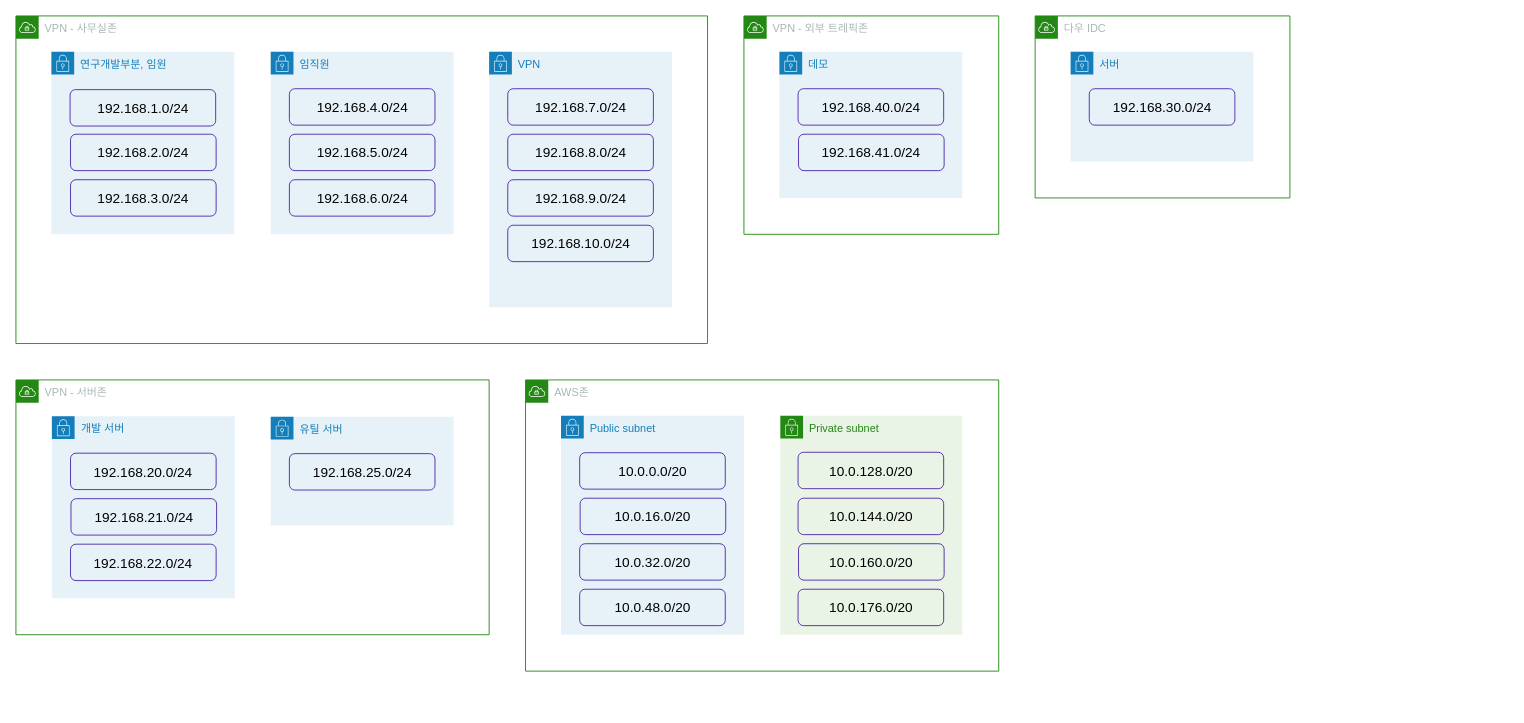
Earlier version of the draw.io diagram page "To-Be" (2 of 2) of 네트워크.drawio (junho-nam/drawio). Source tidied: cells renumbered, new cells numbered last; positions are measured from the earlier drawing's top-left corner, leaving out a move shared by most shapes. Both pictures are drawn from the tidied source at 91%, with x=0, y=0 at pixel (15, 15).
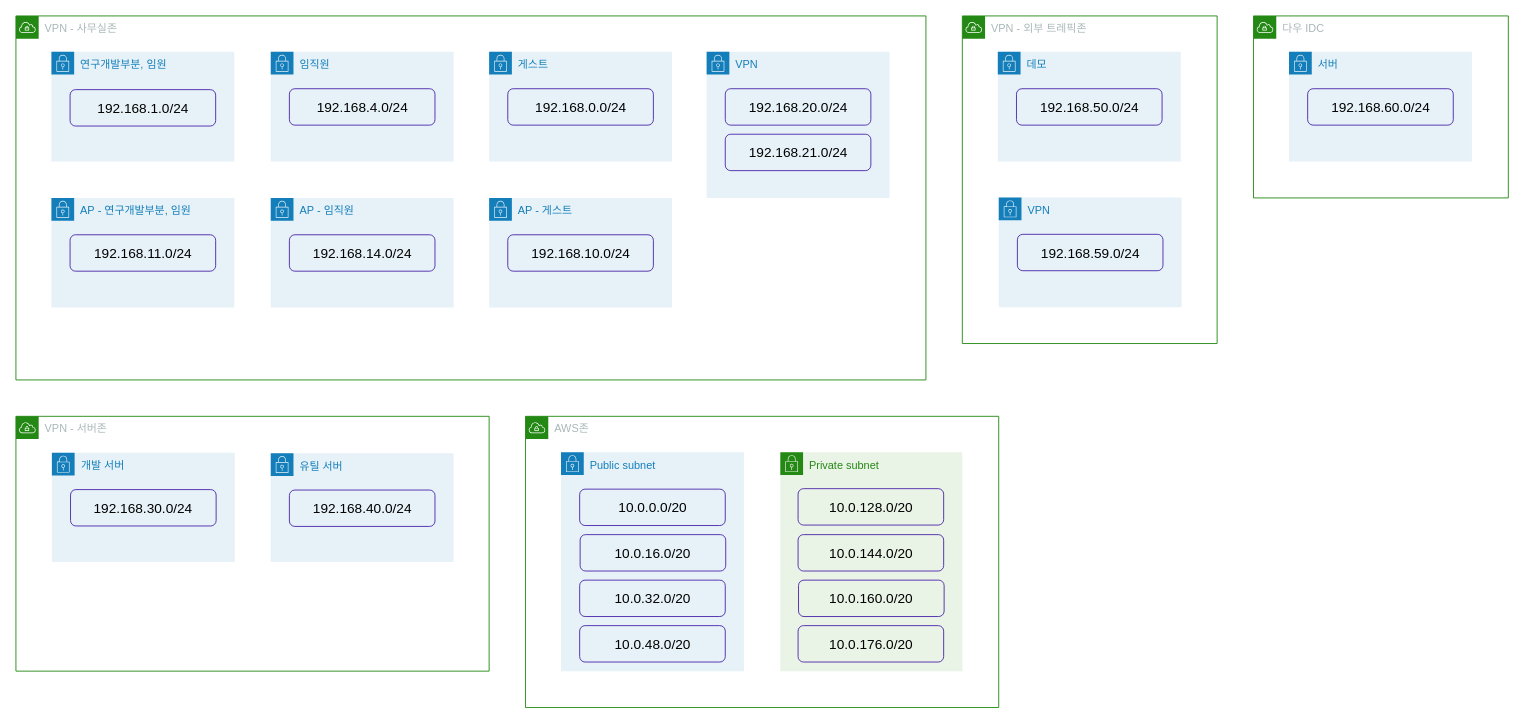
The same diagram, later.

Unchanged cells that the change refers to:
```xml
<mxCell id="32" value="서버" style="gradientColor=none;html=1;whiteSpace=wrap;fontSize=12;fontStyle=0;shape=mxgraph.aws4.group;grIcon=mxgraph.aws4.group_security_group;grStroke=0;strokeColor=#147EBA;fillColor=#E6F2F8;verticalAlign=top;align=left;spacingLeft=30;fontColor=#147EBA;dashed=0;rounded=1;shadow=0;glass=0;sketch=0;strokeWidth=1;" parent="31" vertex="1">
  <mxGeometry x="39" y="39.5" width="201" height="120.5" as="geometry" />
</mxCell>
<mxCell id="39" value="유틸 서버" style="gradientColor=none;html=1;whiteSpace=wrap;fontSize=12;fontStyle=0;shape=mxgraph.aws4.group;grIcon=mxgraph.aws4.group_security_group;grStroke=0;strokeColor=#147EBA;fillColor=#E6F2F8;verticalAlign=top;align=left;spacingLeft=30;fontColor=#147EBA;dashed=0;rounded=1;shadow=0;glass=0;sketch=0;strokeWidth=1;" parent="34" vertex="1">
  <mxGeometry x="280" y="40.5" width="201" height="119.5" as="geometry" />
</mxCell>
```

Diff of the diagram source:
```diff
@@
     <mxCell id="2" value="VPN - 사무실존" style="gradientColor=none;html=1;whiteSpace=wrap;fontSize=12;fontStyle=0;shape=mxgraph.aws4.group;grIcon=mxgraph.aws4.group_vpc;strokeColor=#248814;fillColor=none;verticalAlign=top;align=left;spacingLeft=30;fontColor=#AAB7B8;dashed=0;rounded=1;shadow=0;glass=0;sketch=0;strokeWidth=1;" parent="1" vertex="1">
-      <mxGeometry width="760" height="360" as="geometry" />
+      <mxGeometry width="1000" height="400" as="geometry" />
     </mxCell>
     <mxCell id="3" value="연구개발부분, 임원" style="gradientColor=none;html=1;whiteSpace=wrap;fontSize=12;fontStyle=0;shape=mxgraph.aws4.group;grIcon=mxgraph.aws4.group_security_group;grStroke=0;strokeColor=#147EBA;fillColor=#E6F2F8;verticalAlign=top;align=left;spacingLeft=30;fontColor=#147EBA;dashed=0;rounded=1;shadow=0;glass=0;sketch=0;strokeWidth=1;" parent="2" vertex="1">
-      <mxGeometry x="39" y="39.5" width="201" height="200.5" as="geometry" />
+      <mxGeometry x="39" y="39.5" width="201" height="120.5" as="geometry" />
     </mxCell>
@@
-    <mxCell id="5" value="&lt;font style=&quot;font-size: 15px;&quot;&gt;192.168.2.0/24&lt;/font&gt;" style="rounded=1;whiteSpace=wrap;html=1;fillColor=none;strokeWidth=1;strokeColor=#4d27aa;glass=0;shadow=0;" parent="3" vertex="1">
-      <mxGeometry x="21" y="90.5" width="160" height="40" as="geometry" />
-    </mxCell>
-    <mxCell id="6" value="&lt;font style=&quot;font-size: 15px;&quot;&gt;192.168.3.0/24&lt;/font&gt;" style="rounded=1;whiteSpace=wrap;html=1;fillColor=none;strokeWidth=1;strokeColor=#4d27aa;glass=0;shadow=0;" parent="3" vertex="1">
-      <mxGeometry x="21" y="140.5" width="160" height="40" as="geometry" />
-    </mxCell>
     <mxCell id="7" value="임직원" style="gradientColor=none;html=1;whiteSpace=wrap;fontSize=12;fontStyle=0;shape=mxgraph.aws4.group;grIcon=mxgraph.aws4.group_security_group;grStroke=0;strokeColor=#147EBA;fillColor=#E6F2F8;verticalAlign=top;align=left;spacingLeft=30;fontColor=#147EBA;dashed=0;rounded=1;shadow=0;glass=0;sketch=0;strokeWidth=1;" parent="2" vertex="1">
-      <mxGeometry x="280" y="39.5" width="201" height="200.5" as="geometry" />
+      <mxGeometry x="280" y="39.5" width="201" height="120.5" as="geometry" />
     </mxCell>
@@
-    <mxCell id="9" value="&lt;font style=&quot;font-size: 15px;&quot;&gt;192.168.5.0/24&lt;/font&gt;" style="rounded=1;whiteSpace=wrap;html=1;fillColor=none;strokeWidth=1;strokeColor=#4d27aa;glass=0;shadow=0;" parent="7" vertex="1">
-      <mxGeometry x="20.5" y="90.5" width="160" height="40" as="geometry" />
-    </mxCell>
-    <mxCell id="10" value="&lt;font style=&quot;font-size: 15px;&quot;&gt;192.168.6.0/24&lt;/font&gt;" style="rounded=1;whiteSpace=wrap;html=1;fillColor=none;strokeWidth=1;strokeColor=#4d27aa;glass=0;shadow=0;" parent="7" vertex="1">
-      <mxGeometry x="20.5" y="140.5" width="160" height="40" as="geometry" />
-    </mxCell>
     <mxCell id="11" value="VPN" style="gradientColor=none;html=1;whiteSpace=wrap;fontSize=12;fontStyle=0;shape=mxgraph.aws4.group;grIcon=mxgraph.aws4.group_security_group;grStroke=0;strokeColor=#147EBA;fillColor=#E6F2F8;verticalAlign=top;align=left;spacingLeft=30;fontColor=#147EBA;dashed=0;rounded=1;shadow=0;glass=0;sketch=0;strokeWidth=1;" parent="2" vertex="1">
-      <mxGeometry x="520" y="39.5" width="201" height="280.5" as="geometry" />
+      <mxGeometry x="759" y="39.5" width="201" height="160.5" as="geometry" />
     </mxCell>
-    <mxCell id="12" value="&lt;font style=&quot;font-size: 15px;&quot;&gt;192.168.7.0/24&lt;/font&gt;" style="rounded=1;whiteSpace=wrap;html=1;fillColor=none;strokeWidth=1;strokeColor=#4d27aa;glass=0;shadow=0;" parent="11" vertex="1">
+    <mxCell id="12" value="&lt;font style=&quot;font-size: 15px;&quot;&gt;192.168.20.0/24&lt;/font&gt;" style="rounded=1;whiteSpace=wrap;html=1;fillColor=none;strokeWidth=1;strokeColor=#4d27aa;glass=0;shadow=0;" parent="11" vertex="1">
       <mxGeometry x="20.5" y="40.5" width="160" height="40" as="geometry" />
     </mxCell>
-    <mxCell id="13" value="&lt;font style=&quot;font-size: 15px;&quot;&gt;192.168.8.0/24&lt;/font&gt;" style="rounded=1;whiteSpace=wrap;html=1;fillColor=none;strokeWidth=1;strokeColor=#4d27aa;glass=0;shadow=0;" parent="11" vertex="1">
+    <mxCell id="13" value="&lt;font style=&quot;font-size: 15px;&quot;&gt;192.168.21.0/24&lt;/font&gt;" style="rounded=1;whiteSpace=wrap;html=1;fillColor=none;strokeWidth=1;strokeColor=#4d27aa;glass=0;shadow=0;" parent="11" vertex="1">
       <mxGeometry x="20.5" y="90.5" width="160" height="40" as="geometry" />
     </mxCell>
-    <mxCell id="14" value="&lt;font style=&quot;font-size: 15px;&quot;&gt;192.168.9.0/24&lt;/font&gt;" style="rounded=1;whiteSpace=wrap;html=1;fillColor=none;strokeWidth=1;strokeColor=#4d27aa;glass=0;shadow=0;" parent="11" vertex="1">
-      <mxGeometry x="20.5" y="140.5" width="160" height="40" as="geometry" />
-    </mxCell>
+    <mxCell id="42" value="AP&amp;nbsp;- 연구개발부분, 임원" style="gradientColor=none;html=1;whiteSpace=wrap;fontSize=12;fontStyle=0;shape=mxgraph.aws4.group;grIcon=mxgraph.aws4.group_security_group;grStroke=0;strokeColor=#147EBA;fillColor=#E6F2F8;verticalAlign=top;align=left;spacingLeft=30;fontColor=#147EBA;dashed=0;rounded=1;shadow=0;glass=0;sketch=0;strokeWidth=1;" parent="2" vertex="1">
+      <mxGeometry x="39" y="200" width="201" height="120.5" as="geometry" />
+    </mxCell>
+    <mxCell id="43" value="&lt;font style=&quot;font-size: 15px;&quot;&gt;192.168.11.0/24&lt;/font&gt;" style="rounded=1;whiteSpace=wrap;html=1;fillColor=none;strokeWidth=1;strokeColor=#4d27aa;glass=0;shadow=0;" parent="42" vertex="1">
+      <mxGeometry x="20.5" y="40.5" width="160" height="40" as="geometry" />
+    </mxCell>
+    <mxCell id="44" value="AP&amp;nbsp;- 임직원" style="gradientColor=none;html=1;whiteSpace=wrap;fontSize=12;fontStyle=0;shape=mxgraph.aws4.group;grIcon=mxgraph.aws4.group_security_group;grStroke=0;strokeColor=#147EBA;fillColor=#E6F2F8;verticalAlign=top;align=left;spacingLeft=30;fontColor=#147EBA;dashed=0;rounded=1;shadow=0;glass=0;sketch=0;strokeWidth=1;" parent="2" vertex="1">
+      <mxGeometry x="280" y="200" width="201" height="120.5" as="geometry" />
+    </mxCell>
+    <mxCell id="45" value="&lt;font style=&quot;font-size: 15px;&quot;&gt;192.168.14.0/24&lt;/font&gt;" style="rounded=1;whiteSpace=wrap;html=1;fillColor=none;strokeWidth=1;strokeColor=#4d27aa;glass=0;shadow=0;" parent="44" vertex="1">
+      <mxGeometry x="20.5" y="40.5" width="160" height="40" as="geometry" />
+    </mxCell>
+    <mxCell id="46" value="AP - 게스트" style="gradientColor=none;html=1;whiteSpace=wrap;fontSize=12;fontStyle=0;shape=mxgraph.aws4.group;grIcon=mxgraph.aws4.group_security_group;grStroke=0;strokeColor=#147EBA;fillColor=#E6F2F8;verticalAlign=top;align=left;spacingLeft=30;fontColor=#147EBA;dashed=0;rounded=1;shadow=0;glass=0;sketch=0;strokeWidth=1;" parent="2" vertex="1">
+      <mxGeometry x="520" y="200" width="201" height="120.5" as="geometry" />
+    </mxCell>
-    <mxCell id="15" value="&lt;font style=&quot;font-size: 15px;&quot;&gt;192.168.10.0/24&lt;/font&gt;" style="rounded=1;whiteSpace=wrap;html=1;fillColor=none;strokeWidth=1;strokeColor=#4d27aa;glass=0;shadow=0;" parent="11" vertex="1">
-      <mxGeometry x="20.5" y="190.5" width="160" height="40" as="geometry" />
+    <mxCell id="15" value="&lt;font style=&quot;font-size: 15px;&quot;&gt;192.168.10.0/24&lt;/font&gt;" style="rounded=1;whiteSpace=wrap;html=1;fillColor=none;strokeWidth=1;strokeColor=#4d27aa;glass=0;shadow=0;" parent="46" vertex="1">
+      <mxGeometry x="20.5" y="40.5" width="160" height="40" as="geometry" />
     </mxCell>
+    <mxCell id="47" value="게스트" style="gradientColor=none;html=1;whiteSpace=wrap;fontSize=12;fontStyle=0;shape=mxgraph.aws4.group;grIcon=mxgraph.aws4.group_security_group;grStroke=0;strokeColor=#147EBA;fillColor=#E6F2F8;verticalAlign=top;align=left;spacingLeft=30;fontColor=#147EBA;dashed=0;rounded=1;shadow=0;glass=0;sketch=0;strokeWidth=1;" parent="2" vertex="1">
+      <mxGeometry x="520" y="39.5" width="201" height="120.5" as="geometry" />
+    </mxCell>
+    <mxCell id="48" value="&lt;font style=&quot;font-size: 15px;&quot;&gt;192.168.0.0/24&lt;/font&gt;" style="rounded=1;whiteSpace=wrap;html=1;fillColor=none;strokeWidth=1;strokeColor=#4d27aa;glass=0;shadow=0;" parent="47" vertex="1">
+      <mxGeometry x="20.5" y="40.5" width="160" height="40" as="geometry" />
+    </mxCell>
     <mxCell id="16" value="VPN - 외부 트레픽존" style="gradientColor=none;html=1;whiteSpace=wrap;fontSize=12;fontStyle=0;shape=mxgraph.aws4.group;grIcon=mxgraph.aws4.group_vpc;strokeColor=#248814;fillColor=none;verticalAlign=top;align=left;spacingLeft=30;fontColor=#AAB7B8;dashed=0;rounded=1;shadow=0;glass=0;sketch=0;strokeWidth=1;" parent="1" vertex="1">
-      <mxGeometry x="800" width="280" height="240" as="geometry" />
+      <mxGeometry x="1040" width="280" height="360" as="geometry" />
     </mxCell>
     <mxCell id="17" value="데모" style="gradientColor=none;html=1;whiteSpace=wrap;fontSize=12;fontStyle=0;shape=mxgraph.aws4.group;grIcon=mxgraph.aws4.group_security_group;grStroke=0;strokeColor=#147EBA;fillColor=#E6F2F8;verticalAlign=top;align=left;spacingLeft=30;fontColor=#147EBA;dashed=0;rounded=1;shadow=0;glass=0;sketch=0;strokeWidth=1;" parent="16" vertex="1">
-      <mxGeometry x="39" y="39.5" width="201" height="160.5" as="geometry" />
+      <mxGeometry x="39" y="39.5" width="201" height="120.5" as="geometry" />
     </mxCell>
-    <mxCell id="18" value="&lt;font style=&quot;font-size: 15px;&quot;&gt;192.168.40.0/24&lt;/font&gt;" style="rounded=1;whiteSpace=wrap;html=1;fillColor=none;strokeWidth=1;strokeColor=#4d27aa;glass=0;shadow=0;" parent="17" vertex="1">
+    <mxCell id="18" value="&lt;font style=&quot;font-size: 15px;&quot;&gt;192.168.50.0/24&lt;/font&gt;" style="rounded=1;whiteSpace=wrap;html=1;fillColor=none;strokeWidth=1;strokeColor=#4d27aa;glass=0;shadow=0;" parent="17" vertex="1">
       <mxGeometry x="20.5" y="40.5" width="160" height="40" as="geometry" />
     </mxCell>
-    <mxCell id="19" value="&lt;font style=&quot;font-size: 15px;&quot;&gt;192.168.41.0/24&lt;/font&gt;" style="rounded=1;whiteSpace=wrap;html=1;fillColor=none;strokeWidth=1;strokeColor=#4d27aa;glass=0;shadow=0;" parent="17" vertex="1">
-      <mxGeometry x="21" y="90.5" width="160" height="40" as="geometry" />
-    </mxCell>
+    <mxCell id="49" value="VPN" style="gradientColor=none;html=1;whiteSpace=wrap;fontSize=12;fontStyle=0;shape=mxgraph.aws4.group;grIcon=mxgraph.aws4.group_security_group;grStroke=0;strokeColor=#147EBA;fillColor=#E6F2F8;verticalAlign=top;align=left;spacingLeft=30;fontColor=#147EBA;dashed=0;rounded=1;shadow=0;glass=0;sketch=0;strokeWidth=1;" parent="16" vertex="1">
+      <mxGeometry x="40" y="199.5" width="201" height="120.5" as="geometry" />
+    </mxCell>
+    <mxCell id="50" value="&lt;font style=&quot;font-size: 15px;&quot;&gt;192.168.59.0/24&lt;/font&gt;" style="rounded=1;whiteSpace=wrap;html=1;fillColor=none;strokeWidth=1;strokeColor=#4d27aa;glass=0;shadow=0;" parent="49" vertex="1">
+      <mxGeometry x="20.5" y="40.5" width="160" height="40" as="geometry" />
+    </mxCell>
     <mxCell id="20" value="AWS존" style="gradientColor=none;html=1;whiteSpace=wrap;fontSize=12;fontStyle=0;shape=mxgraph.aws4.group;grIcon=mxgraph.aws4.group_vpc;strokeColor=#248814;fillColor=none;verticalAlign=top;align=left;spacingLeft=30;fontColor=#AAB7B8;dashed=0;rounded=1;shadow=0;glass=0;sketch=0;strokeWidth=1;" parent="1" vertex="1">
-      <mxGeometry x="560" y="400" width="520" height="320" as="geometry" />
+      <mxGeometry x="560" y="440" width="520" height="320" as="geometry" />
     </mxCell>
@@
     <mxCell id="31" value="다우 IDC" style="points=[[0,0],[0.25,0],[0.5,0],[0.75,0],[1,0],[1,0.25],[1,0.5],[1,0.75],[1,1],[0.75,1],[0.5,1],[0.25,1],[0,1],[0,0.75],[0,0.5],[0,0.25]];outlineConnect=0;gradientColor=none;html=1;whiteSpace=wrap;fontSize=12;fontStyle=0;shape=mxgraph.aws4.group;grIcon=mxgraph.aws4.group_vpc;strokeColor=#248814;fillColor=none;verticalAlign=top;align=left;spacingLeft=30;fontColor=#AAB7B8;dashed=0;rounded=1;shadow=0;glass=0;sketch=0;strokeWidth=1;" parent="1" vertex="1">
-      <mxGeometry x="1120" width="280" height="200" as="geometry" />
+      <mxGeometry x="1360" width="280" height="200" as="geometry" />
     </mxCell>
@@
-    <mxCell id="33" value="&lt;font style=&quot;font-size: 15px;&quot;&gt;192.168.30.0/24&lt;/font&gt;" style="rounded=1;whiteSpace=wrap;html=1;fillColor=none;strokeWidth=1;strokeColor=#4d27aa;glass=0;shadow=0;" parent="32" vertex="1">
+    <mxCell id="33" value="&lt;font style=&quot;font-size: 15px;&quot;&gt;192.168.60.0/24&lt;/font&gt;" style="rounded=1;whiteSpace=wrap;html=1;fillColor=none;strokeWidth=1;strokeColor=#4d27aa;glass=0;shadow=0;" parent="32" vertex="1">
       <mxGeometry x="20.5" y="40.5" width="160" height="40" as="geometry" />
     </mxCell>
     <mxCell id="34" value="VPN - 서버존" style="gradientColor=none;html=1;whiteSpace=wrap;fontSize=12;fontStyle=0;shape=mxgraph.aws4.group;grIcon=mxgraph.aws4.group_vpc;strokeColor=#248814;fillColor=none;verticalAlign=top;align=left;spacingLeft=30;fontColor=#AAB7B8;dashed=0;rounded=1;shadow=0;glass=0;sketch=0;strokeWidth=1;" parent="1" vertex="1">
-      <mxGeometry y="400" width="520" height="280" as="geometry" />
+      <mxGeometry y="440" width="520" height="280" as="geometry" />
     </mxCell>
     <mxCell id="35" value="개발 서버" style="gradientColor=none;html=1;whiteSpace=wrap;fontSize=12;fontStyle=0;shape=mxgraph.aws4.group;grIcon=mxgraph.aws4.group_security_group;grStroke=0;strokeColor=#147EBA;fillColor=#E6F2F8;verticalAlign=top;align=left;spacingLeft=30;fontColor=#147EBA;dashed=0;rounded=1;shadow=0;glass=0;sketch=0;strokeWidth=1;" parent="34" vertex="1">
-      <mxGeometry x="39.5" y="40" width="201" height="200" as="geometry" />
+      <mxGeometry x="39.5" y="40" width="201" height="120" as="geometry" />
     </mxCell>
-    <mxCell id="36" value="&lt;font style=&quot;font-size: 15px;&quot;&gt;192.168.20.0/24&lt;/font&gt;" style="rounded=1;whiteSpace=wrap;html=1;fillColor=none;strokeWidth=1;strokeColor=#4d27aa;glass=0;shadow=0;" parent="35" vertex="1">
+    <mxCell id="36" value="&lt;font style=&quot;font-size: 15px;&quot;&gt;192.168.30.0/24&lt;/font&gt;" style="rounded=1;whiteSpace=wrap;html=1;fillColor=none;strokeWidth=1;strokeColor=#4d27aa;glass=0;shadow=0;" parent="35" vertex="1">
       <mxGeometry x="20.5" y="40.5" width="160" height="40" as="geometry" />
     </mxCell>
-    <mxCell id="37" value="&lt;font style=&quot;font-size: 15px;&quot;&gt;192.168.21.0/24&lt;/font&gt;" style="rounded=1;whiteSpace=wrap;html=1;fillColor=none;strokeWidth=1;strokeColor=#4d27aa;glass=0;shadow=0;" parent="35" vertex="1">
-      <mxGeometry x="21" y="90.5" width="160" height="40" as="geometry" />
-    </mxCell>
-    <mxCell id="38" value="&lt;font style=&quot;font-size: 15px;&quot;&gt;192.168.22.0/24&lt;/font&gt;" style="rounded=1;whiteSpace=wrap;html=1;fillColor=none;strokeWidth=1;strokeColor=#4d27aa;glass=0;shadow=0;" parent="35" vertex="1">
-      <mxGeometry x="20.5" y="140.5" width="160" height="40" as="geometry" />
-    </mxCell>
@@
-    <mxCell id="40" value="&lt;font style=&quot;font-size: 15px;&quot;&gt;192.168.25.0/24&lt;/font&gt;" style="rounded=1;whiteSpace=wrap;html=1;fillColor=none;strokeWidth=1;strokeColor=#4d27aa;glass=0;shadow=0;" parent="39" vertex="1">
+    <mxCell id="40" value="&lt;font style=&quot;font-size: 15px;&quot;&gt;192.168.40.0/24&lt;/font&gt;" style="rounded=1;whiteSpace=wrap;html=1;fillColor=none;strokeWidth=1;strokeColor=#4d27aa;glass=0;shadow=0;" parent="39" vertex="1">
       <mxGeometry x="20.5" y="40.5" width="160" height="40" as="geometry" />
     </mxCell>
```
